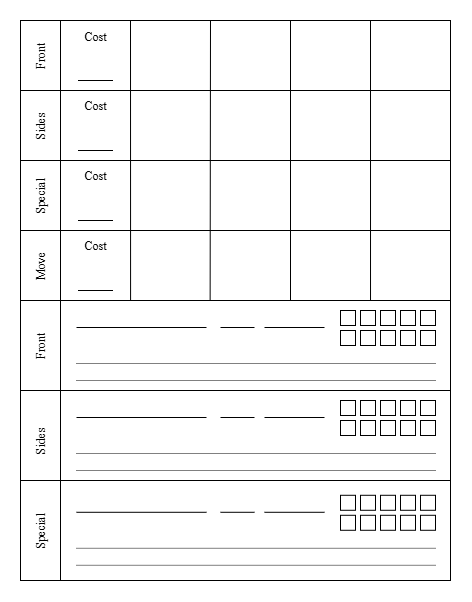
The draw.io diagram Assets/Drone_Sheet.png in trevclaridge/Drone-Drifters, before a commit. Source tidied: cells renumbered, new cells last; positions are measured from the earlier drawing's top-left corner, leaving out a move shared by most shapes.
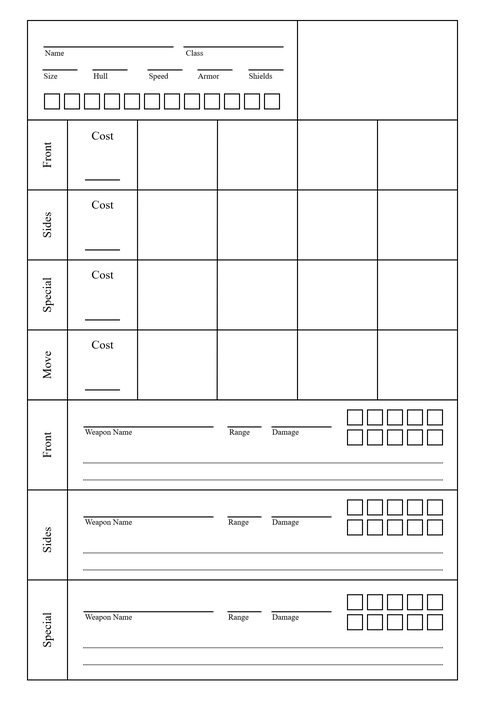
After the commit.

Commit message:
make edits to drone sheet

Change to the diagram source:
```diff
@@ -308,5 +308,140 @@
     <mxCell id="74" style="whiteSpace=wrap;html=1;" parent="1" vertex="1">
       <mxGeometry x="350" y="474.8" width="15" height="15" as="geometry" />
     </mxCell>
+    <mxCell id="75" style="rounded=0;whiteSpace=wrap;html=1;" parent="1" vertex="1">
+      <mxGeometry x="10" y="-99.4" width="430" height="99.4" as="geometry" />
+    </mxCell>
+    <mxCell id="76" style="endArrow=none;html=1;rounded=0;" parent="1" edge="1">
+      <mxGeometry relative="1" as="geometry">
+        <mxPoint x="280" y="-99" as="sourcePoint" />
+        <mxPoint x="280" y="1" as="targetPoint" />
+      </mxGeometry>
+    </mxCell>
+    <mxCell id="77" style="endArrow=none;html=1;rounded=0;" parent="1" edge="1">
+      <mxGeometry relative="1" as="geometry">
+        <mxPoint x="26" y="-73" as="sourcePoint" />
+        <mxPoint x="156" y="-73" as="targetPoint" />
+      </mxGeometry>
+    </mxCell>
+    <mxCell id="78" style="endArrow=none;html=1;rounded=0;" parent="1" edge="1">
+      <mxGeometry relative="1" as="geometry">
+        <mxPoint x="166" y="-73" as="sourcePoint" />
+        <mxPoint x="266" y="-73" as="targetPoint" />
+      </mxGeometry>
+    </mxCell>
+    <mxCell id="79" style="endArrow=none;html=1;rounded=0;" parent="1" edge="1">
+      <mxGeometry relative="1" as="geometry">
+        <mxPoint x="25" y="-50" as="sourcePoint" />
+        <mxPoint x="60" y="-50" as="targetPoint" />
+      </mxGeometry>
+    </mxCell>
+    <mxCell id="80" style="whiteSpace=wrap;html=1;" parent="1" vertex="1">
+      <mxGeometry x="27" y="-26" width="15" height="15" as="geometry" />
+    </mxCell>
+    <mxCell id="81" style="whiteSpace=wrap;html=1;" parent="1" vertex="1">
+      <mxGeometry x="47" y="-26" width="15" height="15" as="geometry" />
+    </mxCell>
+    <mxCell id="82" style="whiteSpace=wrap;html=1;" parent="1" vertex="1">
+      <mxGeometry x="67" y="-26" width="15" height="15" as="geometry" />
+    </mxCell>
+    <mxCell id="83" style="whiteSpace=wrap;html=1;" parent="1" vertex="1">
+      <mxGeometry x="87" y="-26" width="15" height="15" as="geometry" />
+    </mxCell>
+    <mxCell id="84" style="whiteSpace=wrap;html=1;" parent="1" vertex="1">
+      <mxGeometry x="107" y="-26" width="15" height="15" as="geometry" />
+    </mxCell>
+    <mxCell id="85" style="whiteSpace=wrap;html=1;" parent="1" vertex="1">
+      <mxGeometry x="127" y="-26" width="15" height="15" as="geometry" />
+    </mxCell>
+    <mxCell id="86" style="whiteSpace=wrap;html=1;" parent="1" vertex="1">
+      <mxGeometry x="147" y="-26" width="15" height="15" as="geometry" />
+    </mxCell>
+    <mxCell id="87" style="whiteSpace=wrap;html=1;" parent="1" vertex="1">
+      <mxGeometry x="167" y="-26" width="15" height="15" as="geometry" />
+    </mxCell>
+    <mxCell id="88" style="whiteSpace=wrap;html=1;fontStyle=1;" parent="1" vertex="1">
+      <mxGeometry x="187" y="-26" width="15" height="15" as="geometry" />
+    </mxCell>
+    <mxCell id="89" style="whiteSpace=wrap;html=1;fontStyle=1;" parent="1" vertex="1">
+      <mxGeometry x="207" y="-26" width="15" height="15" as="geometry" />
+    </mxCell>
+    <mxCell id="90" style="endArrow=none;html=1;rounded=0;" parent="1" edge="1">
+      <mxGeometry relative="1" as="geometry">
+        <mxPoint x="75" y="-50" as="sourcePoint" />
+        <mxPoint x="110" y="-50" as="targetPoint" />
+      </mxGeometry>
+    </mxCell>
+    <mxCell id="91" style="endArrow=none;html=1;rounded=0;" parent="1" edge="1">
+      <mxGeometry relative="1" as="geometry">
+        <mxPoint x="130" y="-50" as="sourcePoint" />
+        <mxPoint x="165" y="-50" as="targetPoint" />
+      </mxGeometry>
+    </mxCell>
+    <mxCell id="92" style="endArrow=none;html=1;rounded=0;" parent="1" edge="1">
+      <mxGeometry relative="1" as="geometry">
+        <mxPoint x="180" y="-50" as="sourcePoint" />
+        <mxPoint x="215" y="-50" as="targetPoint" />
+      </mxGeometry>
+    </mxCell>
+    <mxCell id="93" style="endArrow=none;html=1;rounded=0;" parent="1" edge="1">
+      <mxGeometry relative="1" as="geometry">
+        <mxPoint x="231" y="-50" as="sourcePoint" />
+        <mxPoint x="266" y="-50" as="targetPoint" />
+      </mxGeometry>
+    </mxCell>
+    <mxCell id="94" style="whiteSpace=wrap;html=1;" parent="1" vertex="1">
+      <mxGeometry x="227" y="-26" width="15" height="15" as="geometry" />
+    </mxCell>
+    <mxCell id="95" style="whiteSpace=wrap;html=1;" parent="1" vertex="1">
+      <mxGeometry x="247" y="-26" width="15" height="15" as="geometry" />
+    </mxCell>
+    <mxCell id="96" value="&lt;font face=&quot;Garamond&quot;&gt;Name&lt;/font&gt;" style="text;html=1;align=center;verticalAlign=middle;whiteSpace=wrap;rounded=0;fontSize=8;" parent="1" vertex="1">
+      <mxGeometry x="7" y="-82" width="60" height="30" as="geometry" />
+    </mxCell>
+    <mxCell id="97" value="&lt;font face=&quot;Garamond&quot;&gt;Class&lt;/font&gt;" style="text;html=1;align=center;verticalAlign=middle;whiteSpace=wrap;rounded=0;fontSize=8;" parent="1" vertex="1">
+      <mxGeometry x="146.5" y="-82" width="60" height="30" as="geometry" />
+    </mxCell>
+    <mxCell id="98" value="&lt;font face=&quot;Garamond&quot;&gt;Size&lt;/font&gt;" style="text;html=1;align=center;verticalAlign=middle;whiteSpace=wrap;rounded=0;fontSize=8;" parent="1" vertex="1">
+      <mxGeometry x="2.5" y="-59" width="60" height="30" as="geometry" />
+    </mxCell>
+    <mxCell id="99" value="&lt;font face=&quot;Garamond&quot;&gt;Hull&lt;/font&gt;" style="text;html=1;align=center;verticalAlign=middle;whiteSpace=wrap;rounded=0;fontSize=8;" parent="1" vertex="1">
+      <mxGeometry x="53" y="-59" width="60" height="30" as="geometry" />
+    </mxCell>
+    <mxCell id="100" value="&lt;font face=&quot;Garamond&quot;&gt;Speed&lt;/font&gt;" style="text;html=1;align=center;verticalAlign=middle;whiteSpace=wrap;rounded=0;fontSize=8;" parent="1" vertex="1">
+      <mxGeometry x="111" y="-59" width="60" height="30" as="geometry" />
+    </mxCell>
+    <mxCell id="101" value="&lt;font face=&quot;Garamond&quot;&gt;Armor&lt;/font&gt;" style="text;html=1;align=center;verticalAlign=middle;whiteSpace=wrap;rounded=0;fontSize=8;" parent="1" vertex="1">
+      <mxGeometry x="161" y="-59" width="60" height="30" as="geometry" />
+    </mxCell>
+    <mxCell id="102" value="&lt;font face=&quot;Garamond&quot;&gt;Shields&lt;/font&gt;" style="text;html=1;align=center;verticalAlign=middle;whiteSpace=wrap;rounded=0;fontSize=8;" parent="1" vertex="1">
+      <mxGeometry x="213" y="-59" width="60" height="30" as="geometry" />
+    </mxCell>
+    <mxCell id="103" value="&lt;font face=&quot;Garamond&quot;&gt;Weapon Name&lt;/font&gt;" style="text;html=1;align=center;verticalAlign=middle;whiteSpace=wrap;rounded=0;fontSize=8;" parent="1" vertex="1">
+      <mxGeometry x="61" y="296.5" width="60" height="30" as="geometry" />
+    </mxCell>
+    <mxCell id="104" value="&lt;font face=&quot;Garamond&quot;&gt;Range&lt;/font&gt;" style="text;html=1;align=center;verticalAlign=middle;whiteSpace=wrap;rounded=0;fontSize=8;" parent="1" vertex="1">
+      <mxGeometry x="192" y="296.5" width="60" height="30" as="geometry" />
+    </mxCell>
+    <mxCell id="105" value="&lt;font face=&quot;Garamond&quot;&gt;Damage&lt;/font&gt;" style="text;html=1;align=center;verticalAlign=middle;whiteSpace=wrap;rounded=0;fontSize=8;" parent="1" vertex="1">
+      <mxGeometry x="238" y="296.5" width="60" height="30" as="geometry" />
+    </mxCell>
+    <mxCell id="106" value="&lt;font face=&quot;Garamond&quot;&gt;Weapon Name&lt;/font&gt;" style="text;html=1;align=center;verticalAlign=middle;whiteSpace=wrap;rounded=0;fontSize=8;" parent="1" vertex="1">
+      <mxGeometry x="61" y="386.6" width="60" height="30" as="geometry" />
+    </mxCell>
+    <mxCell id="107" value="&lt;font face=&quot;Garamond&quot;&gt;Weapon Name&lt;/font&gt;" style="text;html=1;align=center;verticalAlign=middle;whiteSpace=wrap;rounded=0;fontSize=8;" parent="1" vertex="1">
+      <mxGeometry x="60.5" y="481.3" width="60" height="30" as="geometry" />
+    </mxCell>
+    <mxCell id="108" value="&lt;font face=&quot;Garamond&quot;&gt;Range&lt;/font&gt;" style="text;html=1;align=center;verticalAlign=middle;whiteSpace=wrap;rounded=0;fontSize=8;" parent="1" vertex="1">
+      <mxGeometry x="191" y="481.3" width="60" height="30" as="geometry" />
+    </mxCell>
+    <mxCell id="109" value="&lt;font face=&quot;Garamond&quot;&gt;Range&lt;/font&gt;" style="text;html=1;align=center;verticalAlign=middle;whiteSpace=wrap;rounded=0;fontSize=8;" parent="1" vertex="1">
+      <mxGeometry x="207" y="398" width="28" height="7.3" as="geometry" />
+    </mxCell>
+    <mxCell id="110" value="&lt;font face=&quot;Garamond&quot;&gt;Damage&lt;/font&gt;" style="text;html=1;align=center;verticalAlign=middle;whiteSpace=wrap;rounded=0;fontSize=8;" parent="1" vertex="1">
+      <mxGeometry x="252" y="393" width="32" height="17.3" as="geometry" />
+    </mxCell>
+    <mxCell id="111" value="&lt;font face=&quot;Garamond&quot;&gt;Damage&lt;/font&gt;" style="text;html=1;align=center;verticalAlign=middle;whiteSpace=wrap;rounded=0;fontSize=8;" parent="1" vertex="1">
+      <mxGeometry x="252" y="487.7" width="32" height="17.3" as="geometry" />
+    </mxCell>
   </root>
 </mxGraphModel>
```
